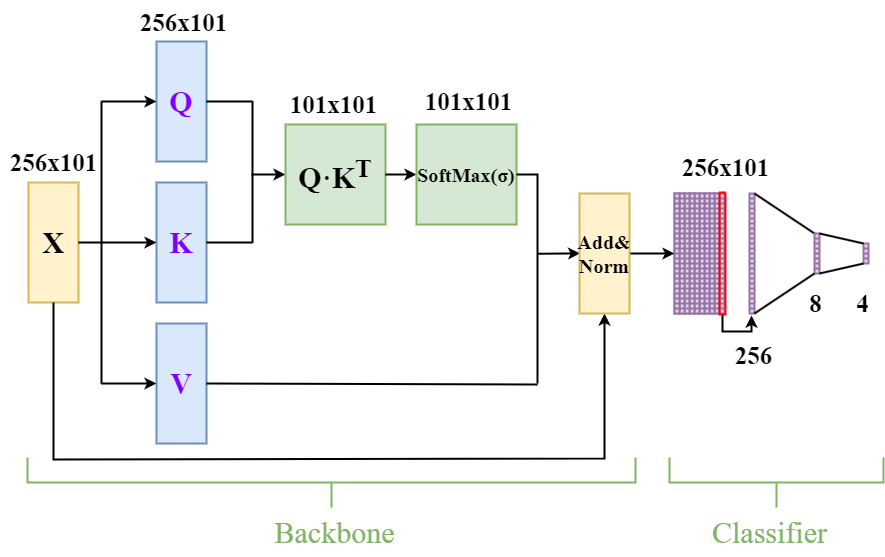
This is attention.drawio.png from Purer-lyk/network_pic, a draw.io export, as it was before one commit. Source tidied: cells renumbered, new cells last; positions are measured from the earlier drawing's top-left corner, leaving out a move shared by most shapes.
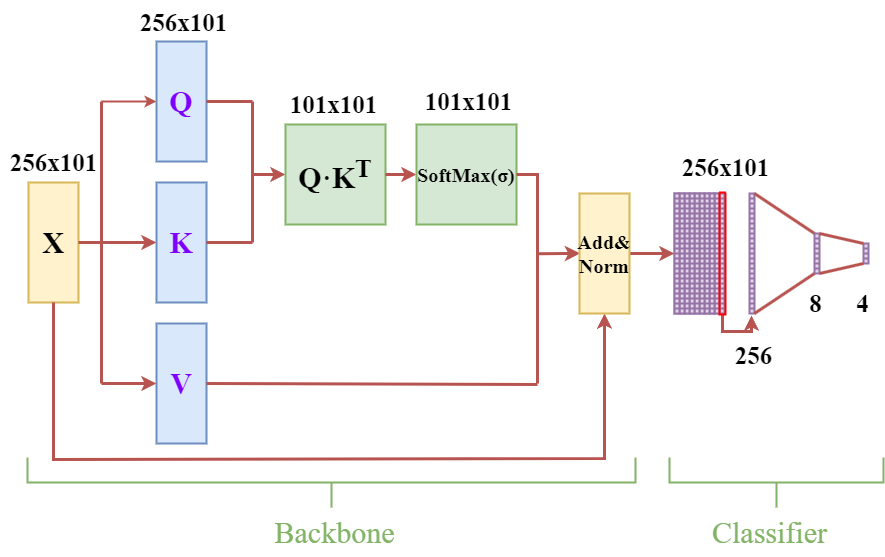
The same file after the commit.

Diff of the diagram source:
```diff
@@ -14,54 +14,54 @@
     <mxCell id="5" value="&lt;font size=&quot;1&quot; color=&quot;#7f00ff&quot; face=&quot;Times New Roman&quot; style=&quot;&quot;&gt;&lt;b style=&quot;font-size: 30px;&quot;&gt;V&lt;/b&gt;&lt;/font&gt;" style="rounded=0;whiteSpace=wrap;html=1;strokeWidth=2;fillColor=#dae8fc;strokeColor=#6c8ebf;" parent="1" vertex="1">
       <mxGeometry x="157" y="323" width="50" height="120" as="geometry" />
     </mxCell>
-    <mxCell id="6" style="endArrow=none;html=1;rounded=0;exitX=1;exitY=0.5;exitDx=0;exitDy=0;strokeWidth=2;" parent="1" edge="1" source="2">
+    <mxCell id="6" style="endArrow=none;html=1;rounded=0;exitX=1;exitY=0.5;exitDx=0;exitDy=0;strokeWidth=3;fillColor=#f8cecc;strokeColor=#b85450;" parent="1" edge="1" source="2">
       <mxGeometry relative="1" as="geometry">
         <mxPoint x="103" y="242" as="targetPoint" />
       </mxGeometry>
     </mxCell>
-    <mxCell id="7" style="endArrow=none;html=1;rounded=0;curved=0;strokeWidth=2;" parent="1" edge="1">
+    <mxCell id="7" style="endArrow=none;html=1;rounded=0;curved=0;strokeWidth=3;fillColor=#f8cecc;strokeColor=#b85450;" parent="1" edge="1">
       <mxGeometry relative="1" as="geometry">
         <mxPoint x="102" y="383" as="sourcePoint" />
         <mxPoint x="102" y="101" as="targetPoint" />
       </mxGeometry>
     </mxCell>
-    <mxCell id="8" style="endArrow=classic;html=1;rounded=0;entryX=0;entryY=0.5;entryDx=0;entryDy=0;strokeWidth=2;" parent="1" edge="1" target="3">
+    <mxCell id="8" style="endArrow=classic;html=1;rounded=0;entryX=0;entryY=0.5;entryDx=0;entryDy=0;strokeWidth=2;fillColor=#f8cecc;strokeColor=#b85450;" parent="1" edge="1" target="3">
       <mxGeometry relative="1" as="geometry">
         <mxPoint x="102" y="101" as="sourcePoint" />
       </mxGeometry>
     </mxCell>
-    <mxCell id="9" style="endArrow=classic;html=1;rounded=0;entryX=0;entryY=0.5;entryDx=0;entryDy=0;strokeWidth=2;" parent="1" edge="1" target="4">
+    <mxCell id="9" style="endArrow=classic;html=1;rounded=0;entryX=0;entryY=0.5;entryDx=0;entryDy=0;strokeWidth=3;fillColor=#f8cecc;strokeColor=#b85450;" parent="1" edge="1" target="4">
       <mxGeometry relative="1" as="geometry">
         <mxPoint x="102" y="242" as="sourcePoint" />
       </mxGeometry>
     </mxCell>
-    <mxCell id="10" style="endArrow=classic;html=1;rounded=0;entryX=0;entryY=0.5;entryDx=0;entryDy=0;strokeWidth=2;" parent="1" edge="1" target="5">
+    <mxCell id="10" style="endArrow=classic;html=1;rounded=0;entryX=0;entryY=0.5;entryDx=0;entryDy=0;strokeWidth=3;fillColor=#f8cecc;strokeColor=#b85450;" parent="1" edge="1" target="5">
       <mxGeometry relative="1" as="geometry">
         <mxPoint x="102" y="383" as="sourcePoint" />
       </mxGeometry>
     </mxCell>
-    <mxCell id="11" style="endArrow=none;html=1;rounded=0;exitX=1;exitY=0.5;exitDx=0;exitDy=0;strokeWidth=2;" parent="1" edge="1" source="3">
+    <mxCell id="11" style="endArrow=none;html=1;rounded=0;exitX=1;exitY=0.5;exitDx=0;exitDy=0;strokeWidth=3;fillColor=#f8cecc;strokeColor=#b85450;" parent="1" edge="1" source="3">
       <mxGeometry relative="1" as="geometry">
         <mxPoint x="253" y="101" as="targetPoint" />
       </mxGeometry>
     </mxCell>
-    <mxCell id="12" style="endArrow=none;html=1;rounded=0;exitX=1;exitY=0.5;exitDx=0;exitDy=0;strokeWidth=2;" parent="1" edge="1" source="4">
+    <mxCell id="12" style="endArrow=none;html=1;rounded=0;exitX=1;exitY=0.5;exitDx=0;exitDy=0;strokeWidth=3;fillColor=#f8cecc;strokeColor=#b85450;" parent="1" edge="1" source="4">
       <mxGeometry relative="1" as="geometry">
         <mxPoint x="253" y="242" as="targetPoint" />
       </mxGeometry>
     </mxCell>
-    <mxCell id="13" style="endArrow=none;html=1;rounded=0;exitX=1;exitY=0.5;exitDx=0;exitDy=0;strokeWidth=2;" parent="1" edge="1" source="5">
+    <mxCell id="13" style="endArrow=none;html=1;rounded=0;exitX=1;exitY=0.5;exitDx=0;exitDy=0;strokeWidth=3;fillColor=#f8cecc;strokeColor=#b85450;" parent="1" edge="1" source="5">
       <mxGeometry relative="1" as="geometry">
         <mxPoint x="538" y="384" as="targetPoint" />
       </mxGeometry>
     </mxCell>
-    <mxCell id="14" style="endArrow=none;html=1;rounded=0;strokeWidth=2;" parent="1" edge="1">
+    <mxCell id="14" style="endArrow=none;html=1;rounded=0;strokeWidth=3;fillColor=#f8cecc;strokeColor=#b85450;" parent="1" edge="1">
       <mxGeometry relative="1" as="geometry">
         <mxPoint x="253" y="242" as="sourcePoint" />
         <mxPoint x="253" y="101" as="targetPoint" />
       </mxGeometry>
     </mxCell>
-    <mxCell id="15" style="endArrow=classic;html=1;rounded=0;strokeWidth=2;entryX=0;entryY=0.5;entryDx=0;entryDy=0;" parent="1" edge="1" target="16">
+    <mxCell id="15" style="endArrow=classic;html=1;rounded=0;strokeWidth=3;entryX=0;entryY=0.5;entryDx=0;entryDy=0;fillColor=#f8cecc;strokeColor=#b85450;" parent="1" edge="1" target="16">
       <mxGeometry relative="1" as="geometry">
         <mxPoint x="252" y="174" as="sourcePoint" />
       </mxGeometry>
@@ -69,13 +69,13 @@
     <mxCell id="16" value="&lt;font face=&quot;Times New Roman&quot; style=&quot;font-size: 30px;&quot;&gt;&lt;b style=&quot;&quot;&gt;Q·K&lt;sup style=&quot;&quot;&gt;T&lt;/sup&gt;&lt;/b&gt;&lt;/font&gt;" style="rounded=0;whiteSpace=wrap;html=1;strokeWidth=2;fillColor=#d5e8d4;strokeColor=#82b366;" parent="1" vertex="1">
       <mxGeometry x="286" y="124" width="100" height="100" as="geometry" />
     </mxCell>
-    <mxCell id="17" style="endArrow=classic;html=1;rounded=0;strokeWidth=2;entryX=0;entryY=0.5;entryDx=0;entryDy=0;exitX=1;exitY=0.5;exitDx=0;exitDy=0;" parent="1" edge="1" source="16" target="18">
+    <mxCell id="17" style="endArrow=classic;html=1;rounded=0;strokeWidth=3;entryX=0;entryY=0.5;entryDx=0;entryDy=0;exitX=1;exitY=0.5;exitDx=0;exitDy=0;fillColor=#f8cecc;strokeColor=#b85450;" parent="1" edge="1" source="16" target="18">
       <mxGeometry relative="1" as="geometry" />
     </mxCell>
     <mxCell id="18" value="&lt;font size=&quot;1&quot; face=&quot;Times New Roman&quot;&gt;&lt;b style=&quot;font-size: 20px;&quot;&gt;SoftMax(σ)&lt;/b&gt;&lt;/font&gt;" style="rounded=0;whiteSpace=wrap;html=1;strokeWidth=2;fillColor=#d5e8d4;strokeColor=#82b366;" parent="1" vertex="1">
       <mxGeometry x="417" y="124" width="100" height="100" as="geometry" />
     </mxCell>
-    <mxCell id="19" style="endArrow=none;html=1;rounded=0;exitX=1;exitY=0.5;exitDx=0;exitDy=0;strokeWidth=2;" parent="1" edge="1" source="18">
+    <mxCell id="19" style="endArrow=none;html=1;rounded=0;exitX=1;exitY=0.5;exitDx=0;exitDy=0;strokeWidth=3;fillColor=#f8cecc;strokeColor=#b85450;" parent="1" edge="1" source="18">
       <mxGeometry relative="1" as="geometry">
         <mxPoint x="538" y="383" as="targetPoint" />
         <Array as="points">
@@ -83,7 +83,7 @@
         </Array>
       </mxGeometry>
     </mxCell>
-    <mxCell id="20" style="endArrow=classic;html=1;rounded=0;strokeWidth=2;entryX=0.012;entryY=0.499;entryDx=0;entryDy=0;entryPerimeter=0;" parent="1" edge="1" target="607">
+    <mxCell id="20" style="endArrow=classic;html=1;rounded=0;strokeWidth=3;entryX=0.012;entryY=0.499;entryDx=0;entryDy=0;entryPerimeter=0;fillColor=#f8cecc;strokeColor=#b85450;" parent="1" edge="1" target="607">
       <mxGeometry relative="1" as="geometry">
         <mxPoint x="538" y="253.3" as="sourcePoint" />
       </mxGeometry>
@@ -238,7 +238,7 @@
     <mxCell id="70" style="shape=partialRectangle;html=1;whiteSpace=wrap;strokeColor=inherit;overflow=hidden;fillColor=none;top=0;left=0;bottom=0;right=0;fontSize=16;strokeWidth=2;" parent="69" vertex="1">
       <mxGeometry width="5" height="5" as="geometry" />
     </mxCell>
-    <mxCell id="71" style="endArrow=classic;html=1;rounded=0;exitX=0.96;exitY=1.008;exitDx=0;exitDy=0;exitPerimeter=0;strokeWidth=2;" parent="1" edge="1" source="21">
+    <mxCell id="71" style="endArrow=classic;html=1;rounded=0;exitX=0.96;exitY=1.008;exitDx=0;exitDy=0;exitPerimeter=0;strokeWidth=3;fillColor=#f8cecc;strokeColor=#b85450;" parent="1" edge="1" source="21">
       <mxGeometry relative="1" as="geometry">
         <mxPoint x="752" y="315" as="targetPoint" />
         <Array as="points">
@@ -1720,7 +1720,7 @@
     <mxCell id="562" style="swimlane;startSize=0;labelBorderColor=none;noLabel=1;fillColor=#f8cecc;strokeColor=#FF0000;strokeWidth=2;" parent="1" vertex="1">
       <mxGeometry x="720" y="192" width="6" height="122" as="geometry" />
     </mxCell>
-    <mxCell id="563" style="endArrow=none;html=1;rounded=0;entryX=0.013;entryY=0.006;entryDx=0;entryDy=0;entryPerimeter=0;strokeWidth=2;" parent="1" edge="1" target="565">
+    <mxCell id="563" style="endArrow=none;html=1;rounded=0;entryX=0.013;entryY=0.006;entryDx=0;entryDy=0;entryPerimeter=0;strokeWidth=3;fillColor=#f8cecc;strokeColor=#b85450;" parent="1" edge="1" target="565">
       <mxGeometry relative="1" as="geometry">
         <mxPoint x="755" y="193" as="sourcePoint" />
       </mxGeometry>
@@ -1803,13 +1803,13 @@
     <mxCell id="589" style="shape=partialRectangle;html=1;whiteSpace=wrap;strokeColor=inherit;overflow=hidden;fillColor=none;top=0;left=0;bottom=0;right=0;fontSize=16;strokeWidth=2;" parent="588" vertex="1">
       <mxGeometry width="5" height="5" as="geometry" />
     </mxCell>
-    <mxCell id="590" style="endArrow=none;html=1;rounded=0;exitX=1;exitY=1;exitDx=0;exitDy=0;entryX=0;entryY=1;entryDx=0;entryDy=0;strokeWidth=2;" parent="1" edge="1" source="72" target="564">
+    <mxCell id="590" style="endArrow=none;html=1;rounded=0;exitX=1;exitY=1;exitDx=0;exitDy=0;entryX=0;entryY=1;entryDx=0;entryDy=0;strokeWidth=3;fillColor=#f8cecc;strokeColor=#b85450;" parent="1" edge="1" source="72" target="564">
       <mxGeometry relative="1" as="geometry" />
     </mxCell>
-    <mxCell id="591" style="endArrow=none;html=1;rounded=0;exitX=1;exitY=0;exitDx=0;exitDy=0;entryX=0;entryY=0;entryDx=0;entryDy=0;strokeWidth=2;" parent="1" edge="1" source="564" target="581">
+    <mxCell id="591" style="endArrow=none;html=1;rounded=0;exitX=1;exitY=0;exitDx=0;exitDy=0;entryX=0;entryY=0;entryDx=0;entryDy=0;strokeWidth=3;fillColor=#f8cecc;strokeColor=#b85450;" parent="1" edge="1" source="564" target="581">
       <mxGeometry relative="1" as="geometry" />
     </mxCell>
-    <mxCell id="592" style="endArrow=none;html=1;rounded=0;exitX=1;exitY=1;exitDx=0;exitDy=0;entryX=0;entryY=1;entryDx=0;entryDy=0;strokeWidth=2;" parent="1" edge="1" source="564" target="581">
+    <mxCell id="592" style="endArrow=none;html=1;rounded=0;exitX=1;exitY=1;exitDx=0;exitDy=0;entryX=0;entryY=1;entryDx=0;entryDy=0;strokeWidth=3;fillColor=#f8cecc;strokeColor=#b85450;" parent="1" edge="1" source="564" target="581">
       <mxGeometry relative="1" as="geometry" />
     </mxCell>
     <mxCell id="593" value="&lt;b style=&quot;&quot;&gt;&lt;font style=&quot;font-size: 25px;&quot; face=&quot;Times New Roman&quot;&gt;256x101&lt;/font&gt;&lt;/b&gt;" style="text;html=1;align=center;verticalAlign=middle;strokeColor=none;fillColor=none;" parent="1" vertex="1">
@@ -1827,7 +1827,7 @@
     <mxCell id="597" value="&lt;b style=&quot;&quot;&gt;&lt;font style=&quot;font-size: 25px;&quot; face=&quot;Times New Roman&quot;&gt;256x101&lt;/font&gt;&lt;/b&gt;" style="text;html=1;align=center;verticalAlign=middle;strokeColor=none;fillColor=none;" parent="1" vertex="1">
       <mxGeometry x="672" y="145" width="107" height="43" as="geometry" />
     </mxCell>
-    <mxCell id="598" value="&lt;b style=&quot;&quot;&gt;&lt;font style=&quot;font-size: 25px;&quot; face=&quot;Times New Roman&quot;&gt;256&lt;/font&gt;&lt;/b&gt;" style="text;html=1;align=center;verticalAlign=middle;strokeColor=none;fillColor=none;" parent="1" vertex="1">
+    <mxCell id="598" value="&lt;b style=&quot;&quot;&gt;&lt;font style=&quot;font-size: 25px;&quot; face=&quot;Times New Roman&quot;&gt;256&lt;/font&gt;&lt;/b&gt;" style="text;html=1;align=center;verticalAlign=middle;" parent="1" vertex="1">
       <mxGeometry x="726" y="333" width="57" height="43" as="geometry" />
     </mxCell>
     <mxCell id="599" value="&lt;b style=&quot;&quot;&gt;&lt;font style=&quot;font-size: 25px;&quot; face=&quot;Times New Roman&quot;&gt;8&lt;/font&gt;&lt;/b&gt;" style="text;html=1;align=center;verticalAlign=middle;strokeColor=none;fillColor=none;" parent="1" vertex="1">
@@ -1848,7 +1848,7 @@
     <mxCell id="604" value="&lt;font color=&quot;#82b366&quot; face=&quot;Times New Roman&quot; style=&quot;font-size: 30px;&quot;&gt;Classifier&lt;/font&gt;" style="text;html=1;align=center;verticalAlign=middle;strokeColor=none;fillColor=none;" parent="1" vertex="1">
       <mxGeometry x="703" y="507" width="134" height="49" as="geometry" />
     </mxCell>
-    <mxCell id="605" style="endArrow=classic;html=1;rounded=0;strokeWidth=2;exitX=0.5;exitY=1;exitDx=0;exitDy=0;entryX=0.5;entryY=1;entryDx=0;entryDy=0;" parent="1" edge="1" source="2" target="607">
+    <mxCell id="605" style="endArrow=classic;html=1;rounded=0;strokeWidth=3;exitX=0.5;exitY=1;exitDx=0;exitDy=0;entryX=0.5;entryY=1;entryDx=0;entryDy=0;fillColor=#f8cecc;strokeColor=#b85450;" parent="1" edge="1" source="2" target="607">
       <mxGeometry relative="1" as="geometry">
         <Array as="points">
           <mxPoint x="54" y="459" />
@@ -1856,7 +1856,7 @@
         </Array>
       </mxGeometry>
     </mxCell>
-    <mxCell id="606" style="edgeStyle=orthogonalEdgeStyle;rounded=0;jettySize=auto;html=1;strokeWidth=2;" parent="1" edge="1" source="607" target="21">
+    <mxCell id="606" style="edgeStyle=orthogonalEdgeStyle;rounded=0;jettySize=auto;html=1;strokeWidth=3;fillColor=#f8cecc;strokeColor=#b85450;" parent="1" edge="1" source="607" target="21">
       <mxGeometry relative="1" as="geometry" />
     </mxCell>
     <mxCell id="607" value="&lt;font face=&quot;Times New Roman&quot; style=&quot;font-size: 20px;&quot;&gt;&lt;b&gt;Add&amp;amp;&lt;/b&gt;&lt;/font&gt;&lt;div style=&quot;font-size: 20px;&quot;&gt;&lt;font face=&quot;Times New Roman&quot; style=&quot;font-size: 20px;&quot;&gt;&lt;b&gt;Norm&lt;/b&gt;&lt;/font&gt;&lt;/div&gt;" style="rounded=0;whiteSpace=wrap;html=1;strokeWidth=2;fillColor=#fff2cc;strokeColor=#d6b656;" parent="1" vertex="1">
```
